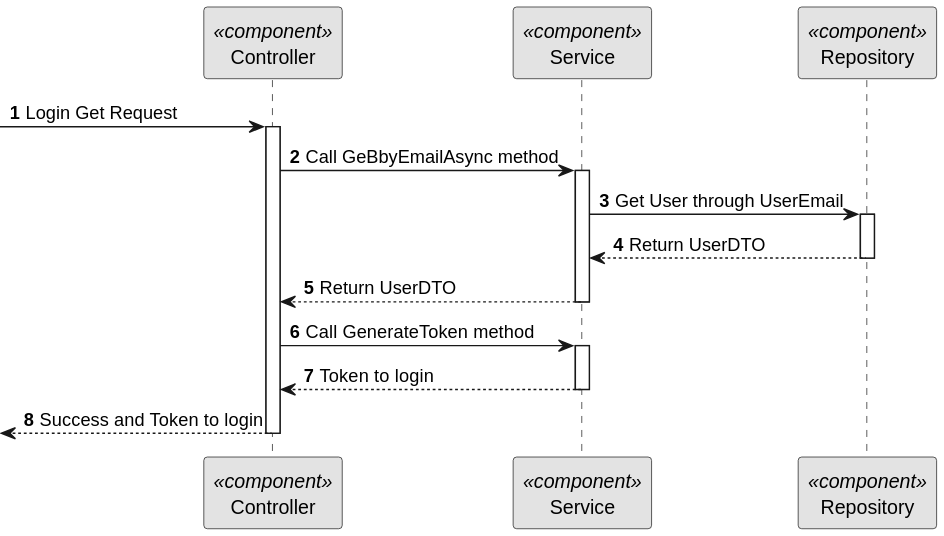
Earlier version of the PlantUML export docs/BackofficeModule/5.1.7/sequence-diagram-3.svg (Ana-Miguel-Silva/SurgicalAppointmentAndResourceManagement). The source it was exported from:
```plantuml
@startuml
skinparam monochrome true
skinparam packageStyle rectangle
skinparam shadowing false

autonumber

participant "Controller" as CTRL <<component>>
participant "Service" as SERV <<component>>
participant "Repository" as REPO <<component>>


-> CTRL: Login Get Request
activate CTRL
CTRL -> SERV: Call GeBbyEmailAsync method
activate SERV

SERV -> REPO: Get User through UserEmail
activate REPO

REPO --> SERV: Return UserDTO
deactivate REPO

SERV --> CTRL: Return UserDTO
deactivate SERV


CTRL -> SERV: Call GenerateToken method
activate SERV

SERV --> CTRL: Token to login
deactivate SERV


<-- CTRL  : Success and Token to login
deactivate CTRL
@enduml
```
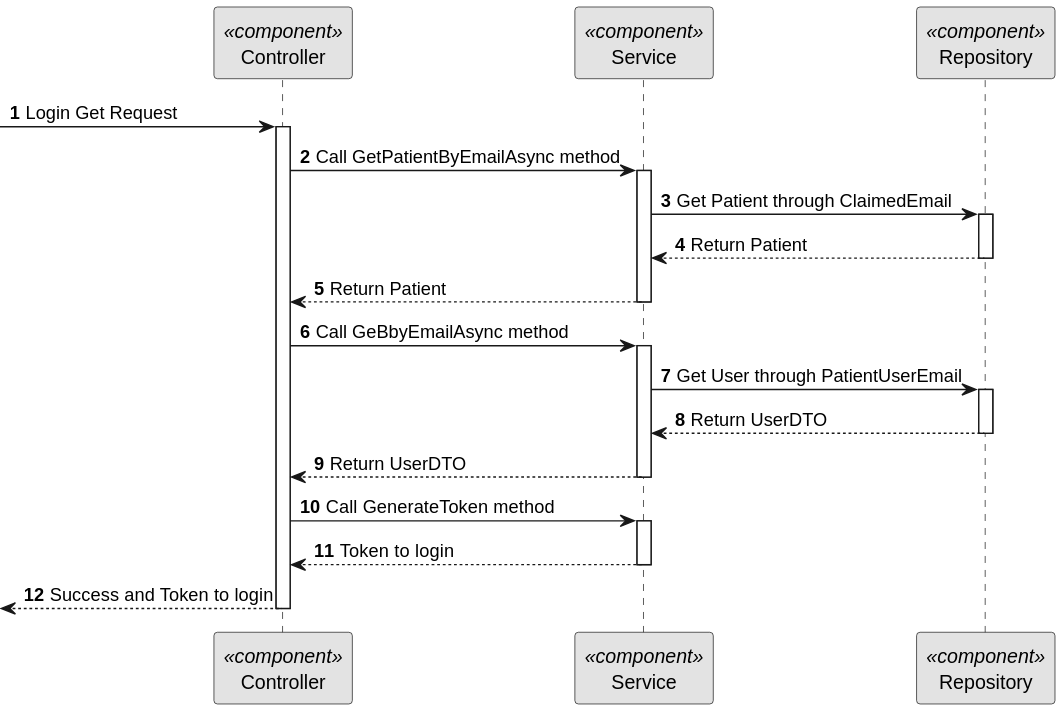
After the commit.

What changed in the source:
```diff
@@ -12,10 +12,23 @@
 
 -> CTRL: Login Get Request
 activate CTRL
+CTRL -> SERV: Call GetPatientByEmailAsync method
+activate SERV
+
+SERV -> REPO: Get Patient through ClaimedEmail
+activate REPO
+
+REPO --> SERV: Return Patient
+deactivate REPO
+
+SERV --> CTRL: Return Patient
+deactivate SERV
+
+
 CTRL -> SERV: Call GeBbyEmailAsync method
 activate SERV
 
-SERV -> REPO: Get User through UserEmail
+SERV -> REPO: Get User through PatientUserEmail
 activate REPO
 
 REPO --> SERV: Return UserDTO
```
